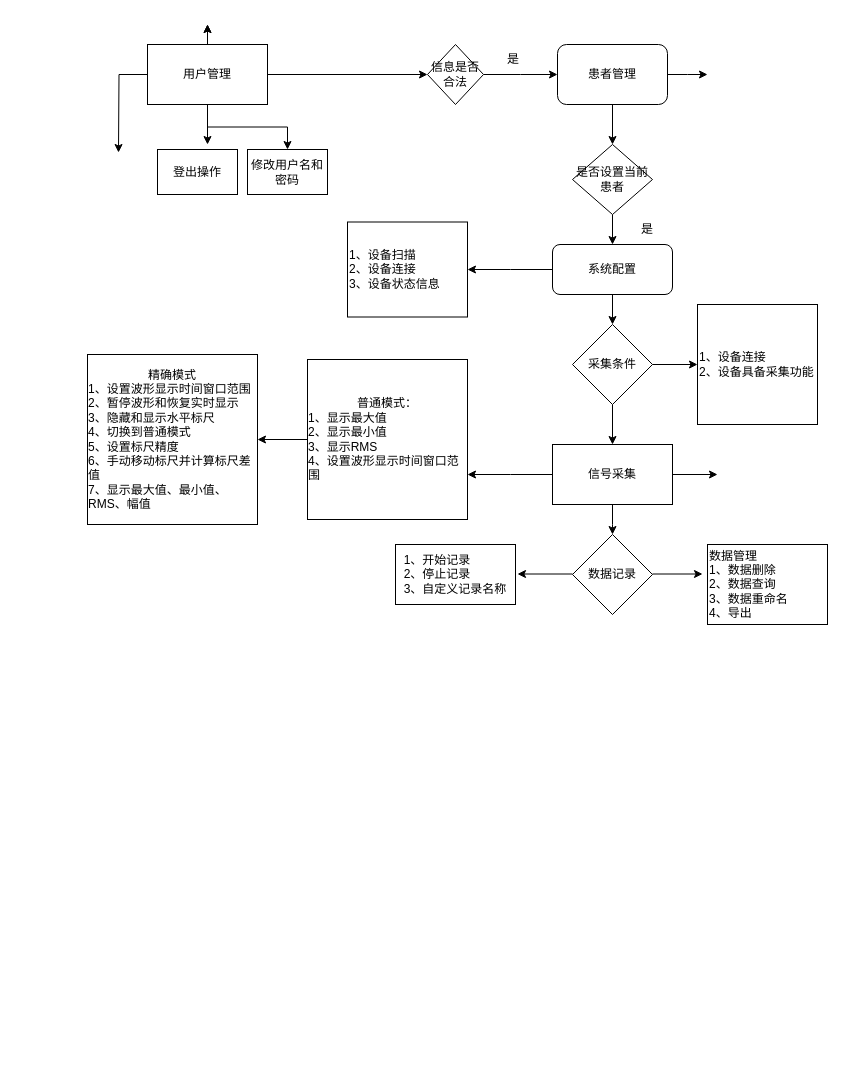
Before: 脑电详细设计-前端-组成.drawio in yz360307/draw, a draw.io diagram. Source tidied: cells renumbered, new cells numbered last; positions are measured from the earlier drawing's top-left corner, leaving out a move shared by most shapes. Both pictures are drawn from the tidied source at 100%, with x=0, y=0 at pixel (87, 24).
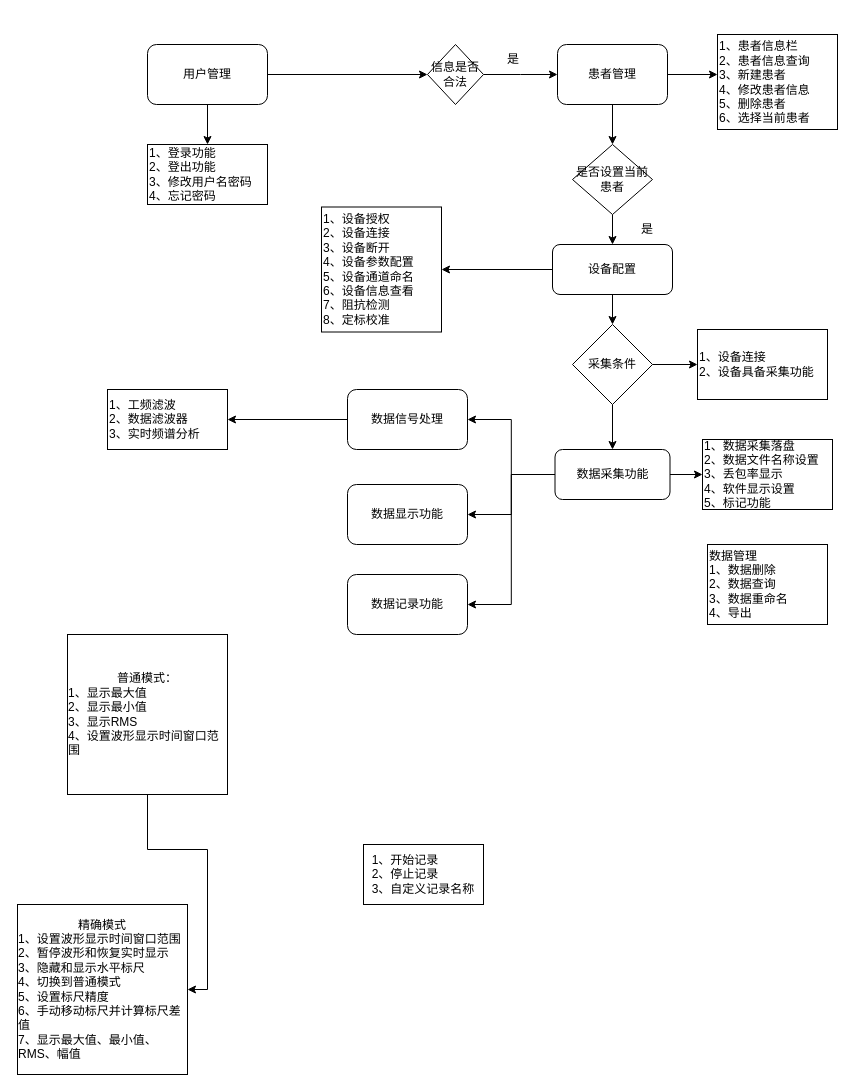
The same page after the edit.

Commit message:
更新脑电详细设计-前端-组成.drawio

Unchanged cells that the change refers to:
```xml
<mxCell id="3" value="信息是否合法" style="rhombus;whiteSpace=wrap;html=1;" parent="1" vertex="1">
  <mxGeometry x="340" y="20" width="56" height="60" as="geometry" />
</mxCell>
<mxCell id="6" value="患者管理" style="rounded=1;whiteSpace=wrap;html=1;" parent="1" vertex="1">
  <mxGeometry x="470" y="20" width="110" height="60" as="geometry" />
</mxCell>
<mxCell id="9" value="是否设置当前患者" style="rhombus;whiteSpace=wrap;html=1;" parent="1" vertex="1">
  <mxGeometry x="485" y="120" width="80" height="70" as="geometry" />
</mxCell>
<mxCell id="16" value="采集条件" style="rhombus;whiteSpace=wrap;html=1;" parent="1" vertex="1">
  <mxGeometry x="485" y="300" width="80" height="80" as="geometry" />
</mxCell>
```

The edit, as a diff of the source:
```diff
@@
-    <mxCell id="2" style="edgeStyle=orthogonalEdgeStyle;rounded=0;jettySize=auto;html=1;" parent="1" edge="1" source="3">
-      <mxGeometry relative="1" as="geometry">
-        <mxPoint x="470" y="50" as="targetPoint" />
-      </mxGeometry>
-    </mxCell>
+    <mxCell id="40" style="edgeStyle=orthogonalEdgeStyle;rounded=0;jettySize=auto;html=1;" parent="1" edge="1" source="3">
+      <mxGeometry relative="1" as="geometry">
+        <mxPoint x="470" y="50" as="targetPoint" />
+      </mxGeometry>
+    </mxCell>
@@
-    <mxCell id="5" style="edgeStyle=orthogonalEdgeStyle;rounded=0;jettySize=auto;html=1;" parent="1" edge="1" source="6">
-      <mxGeometry relative="1" as="geometry">
-        <mxPoint x="620" y="50" as="targetPoint" />
-      </mxGeometry>
-    </mxCell>
@@
-    <mxCell id="7" value="是" style="text;html=1;strokeColor=none;fillColor=none;align=center;verticalAlign=middle;whiteSpace=wrap;rounded=0;" parent="1" vertex="1">
-      <mxGeometry x="396" y="20" width="60" height="30" as="geometry" />
-    </mxCell>
-    <mxCell id="8" style="edgeStyle=orthogonalEdgeStyle;rounded=0;jettySize=auto;html=1;entryX=0.5;entryY=0;entryDx=0;entryDy=0;" parent="1" edge="1" source="9" target="12">
-      <mxGeometry relative="1" as="geometry" />
-    </mxCell>
+    <mxCell id="41" value="是" style="text;html=1;strokeColor=none;fillColor=none;align=center;verticalAlign=middle;whiteSpace=wrap;rounded=0;" parent="1" vertex="1">
+      <mxGeometry x="396" y="20" width="60" height="30" as="geometry" />
+    </mxCell>
+    <mxCell id="42" style="edgeStyle=orthogonalEdgeStyle;rounded=0;jettySize=auto;html=1;entryX=0.5;entryY=0;entryDx=0;entryDy=0;" parent="1" edge="1" source="9" target="45">
+      <mxGeometry relative="1" as="geometry" />
+    </mxCell>
@@
-    <mxCell id="10" style="edgeStyle=orthogonalEdgeStyle;rounded=0;jettySize=auto;html=1;entryX=0.5;entryY=0;entryDx=0;entryDy=0;" parent="1" edge="1" source="12" target="16">
-      <mxGeometry relative="1" as="geometry" />
-    </mxCell>
-    <mxCell id="11" style="edgeStyle=orthogonalEdgeStyle;rounded=0;jettySize=auto;html=1;" parent="1" edge="1" source="12">
-      <mxGeometry relative="1" as="geometry">
-        <mxPoint x="380" y="245" as="targetPoint" />
-      </mxGeometry>
-    </mxCell>
-    <mxCell id="12" value="系统配置" style="rounded=1;whiteSpace=wrap;html=1;" parent="1" vertex="1">
-      <mxGeometry x="465" y="220" width="120" height="50" as="geometry" />
-    </mxCell>
-    <mxCell id="13" value="&lt;div style=&quot;&quot;&gt;1、设备扫描&lt;/div&gt;&lt;div style=&quot;&quot;&gt;2、设备连接&lt;br&gt;&lt;/div&gt;&lt;div style=&quot;&quot;&gt;3、设备状态信息&lt;/div&gt;" style="rounded=0;whiteSpace=wrap;html=1;align=left;" parent="1" vertex="1">
-      <mxGeometry x="260" y="197.5" width="120" height="95" as="geometry" />
-    </mxCell>
-    <mxCell id="14" style="edgeStyle=orthogonalEdgeStyle;rounded=0;jettySize=auto;html=1;entryX=0.5;entryY=0;entryDx=0;entryDy=0;" parent="1" edge="1" source="16" target="20">
-      <mxGeometry relative="1" as="geometry" />
-    </mxCell>
+    <mxCell id="43" style="edgeStyle=orthogonalEdgeStyle;rounded=0;jettySize=auto;html=1;entryX=0.5;entryY=0;entryDx=0;entryDy=0;" parent="1" edge="1" source="45" target="16">
+      <mxGeometry relative="1" as="geometry" />
+    </mxCell>
+    <mxCell id="44" style="edgeStyle=orthogonalEdgeStyle;rounded=0;jettySize=auto;html=1;entryX=1;entryY=0.5;entryDx=0;entryDy=0;" parent="1" edge="1" source="45" target="46">
+      <mxGeometry relative="1" as="geometry" />
+    </mxCell>
+    <mxCell id="45" value="设备配置" style="rounded=1;whiteSpace=wrap;html=1;" parent="1" vertex="1">
+      <mxGeometry x="465" y="220" width="120" height="50" as="geometry" />
+    </mxCell>
+    <mxCell id="46" value="&lt;div style=&quot;&quot;&gt;1、设备授权&lt;/div&gt;&lt;div style=&quot;&quot;&gt;2、设备连接&lt;br&gt;&lt;/div&gt;&lt;div style=&quot;&quot;&gt;3、设备断开&lt;/div&gt;&lt;div style=&quot;&quot;&gt;4、设备参数配置&lt;/div&gt;&lt;div style=&quot;&quot;&gt;5、设备通道命名&lt;/div&gt;&lt;div style=&quot;&quot;&gt;6、设备信息查看&lt;/div&gt;&lt;div style=&quot;&quot;&gt;7、阻抗检测&lt;/div&gt;&lt;div style=&quot;&quot;&gt;8、定标校准&lt;/div&gt;" style="rounded=0;whiteSpace=wrap;html=1;align=left;" parent="1" vertex="1">
+      <mxGeometry x="234" y="182.5" width="120" height="125" as="geometry" />
+    </mxCell>
@@
+    <mxCell id="47" style="edgeStyle=orthogonalEdgeStyle;rounded=0;jettySize=auto;html=1;exitX=0.5;exitY=1;exitDx=0;exitDy=0;entryX=0.5;entryY=0;entryDx=0;entryDy=0;" parent="1" edge="1" source="16" target="58">
+      <mxGeometry relative="1" as="geometry" />
+    </mxCell>
@@
-    <mxCell id="17" style="edgeStyle=orthogonalEdgeStyle;rounded=0;jettySize=auto;html=1;" parent="1" edge="1" source="20">
-      <mxGeometry relative="1" as="geometry">
-        <mxPoint x="630" y="450" as="targetPoint" />
-      </mxGeometry>
-    </mxCell>
-    <mxCell id="18" style="edgeStyle=orthogonalEdgeStyle;rounded=0;jettySize=auto;html=1;" parent="1" edge="1" source="20">
-      <mxGeometry relative="1" as="geometry">
-        <mxPoint x="525" y="510" as="targetPoint" />
-      </mxGeometry>
-    </mxCell>
-    <mxCell id="19" style="edgeStyle=orthogonalEdgeStyle;rounded=0;jettySize=auto;html=1;" parent="1" edge="1" source="20">
-      <mxGeometry relative="1" as="geometry">
-        <mxPoint x="380" y="450" as="targetPoint" />
-      </mxGeometry>
-    </mxCell>
-    <mxCell id="20" value="信号采集" style="rounded=0;whiteSpace=wrap;html=1;" parent="1" vertex="1">
-      <mxGeometry x="465" y="420" width="120" height="60" as="geometry" />
-    </mxCell>
-    <mxCell id="21" value="1、设备连接&lt;br&gt;2、设备具备采集功能" style="whiteSpace=wrap;html=1;align=left;" parent="1" vertex="1">
-      <mxGeometry x="610" y="280" width="120" height="120" as="geometry" />
-    </mxCell>
-    <mxCell id="22" style="edgeStyle=orthogonalEdgeStyle;rounded=0;orthogonalLoop=1;jettySize=auto;html=1;" parent="1" edge="1">
-      <mxGeometry relative="1" as="geometry">
-        <mxPoint x="565" y="549.5" as="sourcePoint" />
-        <mxPoint x="615" y="549.5" as="targetPoint" />
-      </mxGeometry>
-    </mxCell>
-    <mxCell id="23" style="edgeStyle=orthogonalEdgeStyle;rounded=0;orthogonalLoop=1;jettySize=auto;html=1;" parent="1" edge="1">
-      <mxGeometry relative="1" as="geometry">
-        <mxPoint x="485" y="549.5" as="sourcePoint" />
-        <mxPoint x="430" y="549.5" as="targetPoint" />
-      </mxGeometry>
-    </mxCell>
@@
     <mxCell id="25" value="&lt;div style=&quot;text-align: left;&quot;&gt;1、开始记录&lt;/div&gt;&lt;div style=&quot;text-align: left;&quot;&gt;2、停止记录&lt;/div&gt;&lt;div style=&quot;text-align: left;&quot;&gt;3、自定义记录名称&lt;/div&gt;" style="rounded=0;whiteSpace=wrap;html=1;" parent="1" vertex="1">
-      <mxGeometry x="308" y="520" width="120" height="60" as="geometry" />
+      <mxGeometry x="276" y="820" width="120" height="60" as="geometry" />
     </mxCell>
-    <mxCell id="26" value="是" style="text;html=1;strokeColor=none;fillColor=none;align=center;verticalAlign=middle;whiteSpace=wrap;rounded=0;" parent="1" vertex="1">
-      <mxGeometry x="530" y="190" width="60" height="30" as="geometry" />
-    </mxCell>
-    <mxCell id="27" value="数据记录" style="rhombus;whiteSpace=wrap;html=1;" parent="1" vertex="1">
-      <mxGeometry x="485" y="510" width="80" height="80" as="geometry" />
-    </mxCell>
+    <mxCell id="48" value="是" style="text;html=1;strokeColor=none;fillColor=none;align=center;verticalAlign=middle;whiteSpace=wrap;rounded=0;" parent="1" vertex="1">
+      <mxGeometry x="530" y="190" width="60" height="30" as="geometry" />
+    </mxCell>
@@
     <mxCell id="29" value="普通模式：&lt;br&gt;&lt;div style=&quot;border-color: var(--border-color); text-align: left;&quot;&gt;1、显示最大值&lt;/div&gt;&lt;div style=&quot;border-color: var(--border-color); text-align: left;&quot;&gt;2、显示最小值&lt;/div&gt;&lt;div style=&quot;border-color: var(--border-color); text-align: left;&quot;&gt;3、显示RMS&lt;/div&gt;&lt;div style=&quot;border-color: var(--border-color); text-align: left;&quot;&gt;4、设置波形显示时间窗口范围&lt;/div&gt;" style="whiteSpace=wrap;html=1;" parent="1" vertex="1">
-      <mxGeometry x="220" y="335" width="160" height="160" as="geometry" />
+      <mxGeometry x="-20" y="610" width="160" height="160" as="geometry" />
     </mxCell>
     <mxCell id="30" value="精确模式&lt;br&gt;&lt;div style=&quot;border-color: var(--border-color); text-align: left;&quot;&gt;1、设置波形显示时间窗口范围&lt;/div&gt;&lt;div style=&quot;border-color: var(--border-color); text-align: left;&quot;&gt;2、暂停波形和恢复实时显示&lt;/div&gt;&lt;div style=&quot;border-color: var(--border-color); text-align: left;&quot;&gt;3、隐藏和显示水平标尺&lt;/div&gt;&lt;div style=&quot;border-color: var(--border-color); text-align: left;&quot;&gt;4、切换到普通模式&lt;/div&gt;&lt;div style=&quot;border-color: var(--border-color); text-align: left;&quot;&gt;5、设置标尺精度&lt;/div&gt;&lt;div style=&quot;border-color: var(--border-color); text-align: left;&quot;&gt;6、手动移动标尺并计算标尺差值&lt;/div&gt;&lt;div style=&quot;border-color: var(--border-color); text-align: left;&quot;&gt;7、显示最大值、最小值、RMS、幅值&lt;/div&gt;" style="whiteSpace=wrap;html=1;" parent="1" vertex="1">
-      <mxGeometry y="330" width="170" height="170" as="geometry" />
+      <mxGeometry x="-70" y="880" width="170" height="170" as="geometry" />
     </mxCell>
-    <mxCell id="31" style="edgeStyle=orthogonalEdgeStyle;rounded=0;jettySize=auto;html=1;" parent="1" edge="1" source="36">
-      <mxGeometry relative="1" as="geometry">
-        <mxPoint x="120" y="120" as="targetPoint" />
-      </mxGeometry>
-    </mxCell>
-    <mxCell id="32" style="edgeStyle=orthogonalEdgeStyle;rounded=0;jettySize=auto;html=1;" parent="1" edge="1" source="36" target="38">
-      <mxGeometry relative="1" as="geometry" />
-    </mxCell>
+    <mxCell id="49" value="1、登录功能&lt;div&gt;2、登出功能&lt;/div&gt;&lt;div&gt;3、修改用户名密码&lt;/div&gt;&lt;div&gt;4、忘记密码&lt;/div&gt;" style="rounded=0;whiteSpace=wrap;html=1;align=left;" parent="1" vertex="1">
+      <mxGeometry x="60" y="120" width="120" height="60" as="geometry" />
+    </mxCell>
-    <mxCell id="33" style="edgeStyle=orthogonalEdgeStyle;rounded=0;jettySize=auto;html=1;entryX=0;entryY=0.5;entryDx=0;entryDy=0;" parent="1" edge="1" source="36" target="3">
+    <mxCell id="33" style="edgeStyle=orthogonalEdgeStyle;rounded=0;jettySize=auto;html=1;exitX=1;exitY=0.5;exitDx=0;exitDy=0;entryX=0;entryY=0.5;entryDx=0;entryDy=0;" parent="1" edge="1" source="36" target="3">
       <mxGeometry relative="1" as="geometry" />
     </mxCell>
-    <mxCell id="34" style="edgeStyle=orthogonalEdgeStyle;rounded=0;jettySize=auto;html=1;" parent="1" edge="1" source="36">
-      <mxGeometry relative="1" as="geometry">
-        <mxPoint x="120" as="targetPoint" />
-      </mxGeometry>
-    </mxCell>
-    <mxCell id="35" style="edgeStyle=orthogonalEdgeStyle;rounded=0;jettySize=auto;html=1;" parent="1" edge="1" source="36">
-      <mxGeometry relative="1" as="geometry">
-        <mxPoint x="120" as="targetPoint" />
-      </mxGeometry>
-    </mxCell>
+    <mxCell id="50" style="edgeStyle=orthogonalEdgeStyle;rounded=0;jettySize=auto;html=1;exitX=0.5;exitY=1;exitDx=0;exitDy=0;" parent="1" edge="1" source="36" target="49">
+      <mxGeometry relative="1" as="geometry" />
+    </mxCell>
-    <mxCell id="36" value="用户管理" style="rounded=0;whiteSpace=wrap;html=1;" parent="1" vertex="1">
+    <mxCell id="36" value="用户管理" style="rounded=1;whiteSpace=wrap;html=1;" parent="1" vertex="1">
       <mxGeometry x="60" y="20" width="120" height="60" as="geometry" />
     </mxCell>
-    <mxCell id="37" value="登出操作" style="rounded=0;whiteSpace=wrap;html=1;" parent="1" vertex="1">
-      <mxGeometry x="70" y="125" width="80" height="45" as="geometry" />
-    </mxCell>
-    <mxCell id="38" value="修改用户名和密码" style="rounded=0;whiteSpace=wrap;html=1;" parent="1" vertex="1">
-      <mxGeometry x="160" y="125" width="80" height="45" as="geometry" />
-    </mxCell>
-    <mxCell id="39" style="edgeStyle=orthogonalEdgeStyle;rounded=0;jettySize=auto;html=1;entryX=0.638;entryY=0.067;entryDx=0;entryDy=0;entryPerimeter=0;" parent="1" edge="1" source="36">
-      <mxGeometry relative="1" as="geometry">
-        <mxPoint x="31" y="128" as="targetPoint" />
-      </mxGeometry>
-    </mxCell>
+    <mxCell id="51" value="&lt;div style=&quot;&quot;&gt;1、患者信息栏&lt;/div&gt;&lt;div style=&quot;&quot;&gt;2、患者信息查询&lt;br&gt;&lt;/div&gt;&lt;div style=&quot;&quot;&gt;3、新建患者&lt;/div&gt;&lt;div style=&quot;&quot;&gt;4、修改患者信息&lt;/div&gt;&lt;div style=&quot;&quot;&gt;5、删除患者&lt;/div&gt;&lt;div style=&quot;&quot;&gt;6、选择当前患者&lt;/div&gt;" style="rounded=0;whiteSpace=wrap;html=1;align=left;" parent="1" vertex="1">
+      <mxGeometry x="630" y="10" width="120" height="95" as="geometry" />
+    </mxCell>
+    <mxCell id="52" style="edgeStyle=orthogonalEdgeStyle;rounded=0;jettySize=auto;html=1;exitX=1;exitY=0.5;exitDx=0;exitDy=0;entryX=0;entryY=0.421;entryDx=0;entryDy=0;entryPerimeter=0;" parent="1" edge="1" source="6" target="51">
+      <mxGeometry relative="1" as="geometry" />
+    </mxCell>
+    <mxCell id="53" value="1、数据采集落盘&lt;div&gt;2、数据文件名称设置&lt;/div&gt;&lt;div&gt;3、丢包率显示&lt;/div&gt;&lt;div&gt;4、软件显示设置&lt;/div&gt;&lt;div&gt;5、标记功能&lt;/div&gt;" style="rounded=0;whiteSpace=wrap;html=1;align=left;" parent="1" vertex="1">
+      <mxGeometry x="615" y="415" width="130" height="70" as="geometry" />
+    </mxCell>
+    <mxCell id="21" value="1、设备连接&lt;br&gt;&lt;div&gt;2、设备具备采集功能&lt;/div&gt;" style="rounded=0;whiteSpace=wrap;html=1;align=left;" parent="1" vertex="1">
+      <mxGeometry x="610" y="305" width="130" height="70" as="geometry" />
+    </mxCell>
+    <mxCell id="54" style="edgeStyle=orthogonalEdgeStyle;rounded=0;jettySize=auto;html=1;entryX=0;entryY=0.5;entryDx=0;entryDy=0;" parent="1" edge="1" source="58" target="53">
+      <mxGeometry relative="1" as="geometry" />
+    </mxCell>
+    <mxCell id="55" style="edgeStyle=orthogonalEdgeStyle;rounded=0;jettySize=auto;html=1;" parent="1" edge="1" source="58" target="60">
+      <mxGeometry relative="1" as="geometry" />
+    </mxCell>
+    <mxCell id="56" style="edgeStyle=orthogonalEdgeStyle;rounded=0;jettySize=auto;html=1;" parent="1" edge="1" source="58" target="61">
+      <mxGeometry relative="1" as="geometry" />
+    </mxCell>
+    <mxCell id="57" style="edgeStyle=orthogonalEdgeStyle;rounded=0;jettySize=auto;html=1;entryX=1;entryY=0.5;entryDx=0;entryDy=0;" parent="1" edge="1" source="58" target="62">
+      <mxGeometry relative="1" as="geometry" />
+    </mxCell>
+    <mxCell id="58" value="数据采集功能" style="rounded=1;whiteSpace=wrap;html=1;" parent="1" vertex="1">
+      <mxGeometry x="467.5" y="425" width="115" height="50" as="geometry" />
+    </mxCell>
+    <mxCell id="59" style="edgeStyle=orthogonalEdgeStyle;rounded=0;jettySize=auto;html=1;" parent="1" edge="1" source="60" target="63">
+      <mxGeometry relative="1" as="geometry" />
+    </mxCell>
+    <mxCell id="60" value="数据信号处理" style="whiteSpace=wrap;html=1;rounded=1;" parent="1" vertex="1">
+      <mxGeometry x="260" y="365" width="120" height="60" as="geometry" />
+    </mxCell>
+    <mxCell id="61" value="数据显示功能" style="whiteSpace=wrap;html=1;rounded=1;" parent="1" vertex="1">
+      <mxGeometry x="260" y="460" width="120" height="60" as="geometry" />
+    </mxCell>
+    <mxCell id="62" value="数据记录功能" style="whiteSpace=wrap;html=1;rounded=1;" parent="1" vertex="1">
+      <mxGeometry x="260" y="550" width="120" height="60" as="geometry" />
+    </mxCell>
+    <mxCell id="63" value="1、工频滤波&lt;div&gt;2、数据滤波器&lt;/div&gt;&lt;div&gt;3、实时频谱分析&lt;/div&gt;" style="rounded=0;whiteSpace=wrap;html=1;align=left;" parent="1" vertex="1">
+      <mxGeometry x="20" y="365" width="120" height="60" as="geometry" />
+    </mxCell>
```
